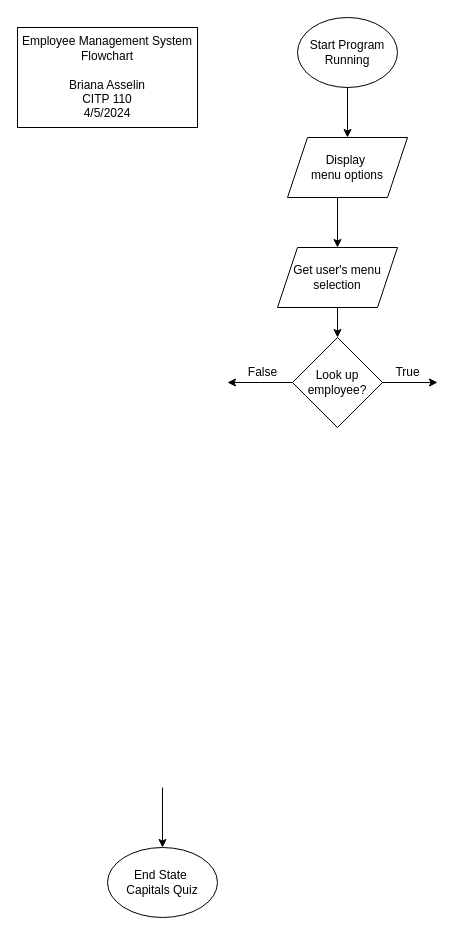
Above: EmployeeMgmtSystemFlowchart.drawio in basselin2/IntroToPythonLCC (draw.io), before the change. Source tidied: cells renumbered, new cells numbered last; positions are measured from the earlier drawing's top-left corner, leaving out a move shared by most shapes. Both pictures are drawn from the tidied source at 100%, with x=0, y=0 at pixel (17, 17).
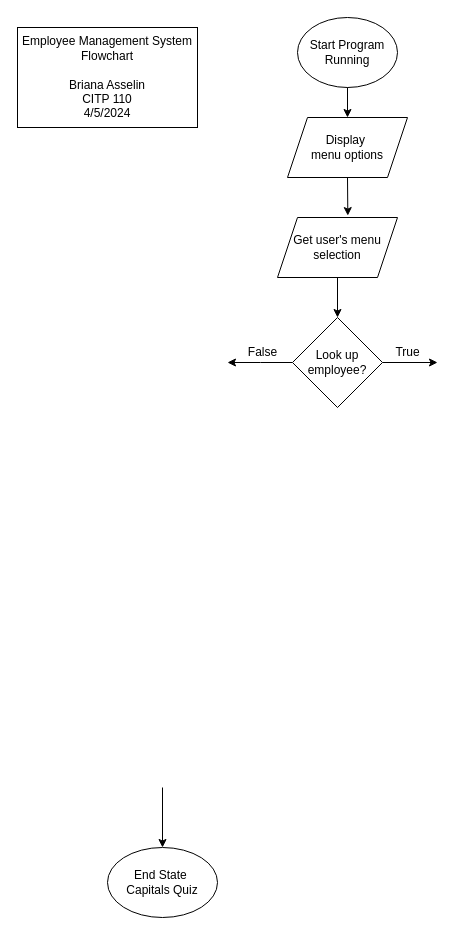
Above is the later version.

The edit, as a diff of the source:
```diff
@@
 <mxGraphModel>
   <root>
     <mxCell id="0" />
     <mxCell id="1" parent="0" />
     <mxCell id="2" value="Start Program Running" style="ellipse;whiteSpace=wrap;html=1;" parent="1" vertex="1">
       <mxGeometry x="280" width="100" height="70" as="geometry" />
     </mxCell>
     <mxCell id="3" style="endArrow=classic;html=1;rounded=0;exitX=0.5;exitY=1;exitDx=0;exitDy=0;" parent="1" edge="1" source="2" target="5">
       <mxGeometry relative="1" as="geometry" />
     </mxCell>
     <mxCell id="4" value="End State&amp;nbsp;&lt;div&gt;Capitals Quiz&lt;/div&gt;" style="ellipse;whiteSpace=wrap;html=1;" parent="1" vertex="1">
       <mxGeometry x="90" y="830" width="110" height="70" as="geometry" />
     </mxCell>
     <mxCell id="5" value="Display&amp;nbsp;&lt;div&gt;menu options&lt;/div&gt;" style="shape=parallelogram;perimeter=parallelogramPerimeter;whiteSpace=wrap;html=1;fixedSize=1;" parent="1" vertex="1">
-      <mxGeometry x="270" y="120" width="120" height="60" as="geometry" />
+      <mxGeometry x="270" y="100" width="120" height="60" as="geometry" />
     </mxCell>
     <mxCell id="6" value="Get user's menu selection" style="shape=parallelogram;perimeter=parallelogramPerimeter;whiteSpace=wrap;html=1;fixedSize=1;" parent="1" vertex="1">
-      <mxGeometry x="260" y="230" width="120" height="60" as="geometry" />
+      <mxGeometry x="260" y="200" width="120" height="60" as="geometry" />
     </mxCell>
-    <mxCell id="7" style="endArrow=classic;html=1;rounded=0;exitX=0.417;exitY=1;exitDx=0;exitDy=0;entryX=0.5;entryY=0;entryDx=0;entryDy=0;exitPerimeter=0;" parent="1" edge="1" source="5" target="6">
+    <mxCell id="7" style="endArrow=classic;html=1;rounded=0;entryX=0.586;entryY=-0.032;entryDx=0;entryDy=0;exitX=0.5;exitY=1;exitDx=0;exitDy=0;entryPerimeter=0;" parent="1" edge="1" source="5" target="6">
       <mxGeometry relative="1" as="geometry" />
     </mxCell>
     <mxCell id="8" style="edgeStyle=orthogonalEdgeStyle;rounded=0;jettySize=auto;html=1;" parent="1" edge="1" source="10">
       <mxGeometry relative="1" as="geometry">
-        <mxPoint x="420" y="365" as="targetPoint" />
+        <mxPoint x="420" y="345" as="targetPoint" />
       </mxGeometry>
     </mxCell>
     <mxCell id="9" style="edgeStyle=orthogonalEdgeStyle;rounded=0;jettySize=auto;html=1;" parent="1" edge="1" source="10">
       <mxGeometry relative="1" as="geometry">
-        <mxPoint x="210" y="365" as="targetPoint" />
+        <mxPoint x="210" y="345" as="targetPoint" />
       </mxGeometry>
     </mxCell>
     <mxCell id="10" value="Look up employee?" style="rhombus;whiteSpace=wrap;html=1;" parent="1" vertex="1">
-      <mxGeometry x="275" y="320" width="90" height="90" as="geometry" />
+      <mxGeometry x="275" y="300" width="90" height="90" as="geometry" />
     </mxCell>
     <mxCell id="11" value="True" style="text;html=1;align=center;verticalAlign=middle;strokeColor=none;fillColor=none;" parent="1" vertex="1">
-      <mxGeometry x="365" y="340" width="50" height="30" as="geometry" />
+      <mxGeometry x="365" y="320" width="50" height="30" as="geometry" />
     </mxCell>
     <mxCell id="12" value="False" style="text;html=1;align=center;verticalAlign=middle;strokeColor=none;fillColor=none;" parent="1" vertex="1">
-      <mxGeometry x="220" y="340" width="50" height="30" as="geometry" />
+      <mxGeometry x="220" y="320" width="50" height="30" as="geometry" />
     </mxCell>
     <mxCell id="13" style="endArrow=classic;html=1;rounded=0;exitX=0.5;exitY=1;exitDx=0;exitDy=0;entryX=0.5;entryY=0;entryDx=0;entryDy=0;" parent="1" edge="1" source="6" target="10">
       <mxGeometry relative="1" as="geometry" />
     </mxCell>
     <mxCell id="14" style="endArrow=classic;html=1;rounded=0;exitX=0.5;exitY=1;exitDx=0;exitDy=0;entryX=0.5;entryY=0;entryDx=0;entryDy=0;" parent="1" edge="1" target="4">
       <mxGeometry relative="1" as="geometry">
         <mxPoint x="145" y="770" as="sourcePoint" />
       </mxGeometry>
     </mxCell>
     <mxCell id="15" value="Employee Management System&lt;div&gt;Flowchart&lt;div&gt;&lt;br&gt;&lt;/div&gt;&lt;div&gt;Briana Asselin&lt;/div&gt;&lt;div&gt;CITP 110&lt;/div&gt;&lt;/div&gt;&lt;div&gt;4/5/2024&lt;/div&gt;" style="rounded=0;whiteSpace=wrap;html=1;" parent="1" vertex="1">
       <mxGeometry y="10" width="180" height="100" as="geometry" />
     </mxCell>
   </root>
 </mxGraphModel>
```
